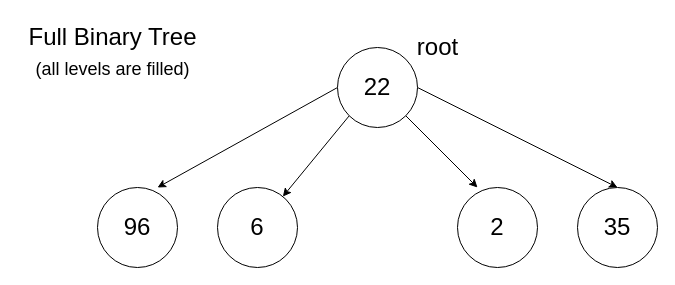
This is Binary_Trees-Python/diagrams/fullbinarytree.drawio from BradleyGilden/DSA-Practice, a draw.io file, before an edit. Source tidied: cells renumbered, new cells numbered last; positions are measured from the earlier drawing's top-left corner, leaving out a move shared by most shapes. Both pictures are drawn from the tidied source at 100%, with x=0, y=0 at pixel (17, 17).
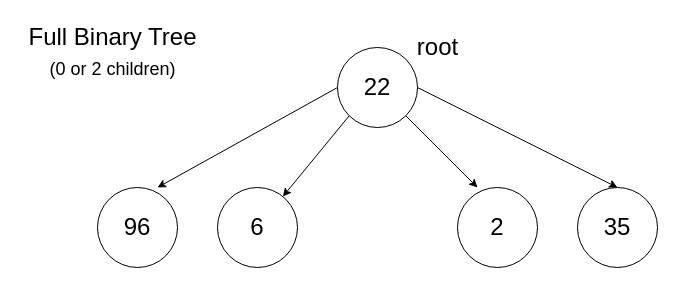
After the change.

Change to the diagram source:
```diff
@@
 <mxGraphModel>
   <root>
     <mxCell id="0" />
     <mxCell id="1" parent="0" />
     <mxCell id="2" style="edgeStyle=none;html=1;exitX=0;exitY=1;exitDx=0;exitDy=0;fontSize=24;" parent="1" edge="1" source="6" target="8">
       <mxGeometry relative="1" as="geometry" />
     </mxCell>
     <mxCell id="3" style="edgeStyle=none;html=1;exitX=0;exitY=0.5;exitDx=0;exitDy=0;entryX=0.75;entryY=0;entryDx=0;entryDy=0;entryPerimeter=0;fontSize=24;" parent="1" edge="1" source="6" target="7">
       <mxGeometry relative="1" as="geometry" />
     </mxCell>
     <mxCell id="4" style="edgeStyle=none;html=1;exitX=1;exitY=1;exitDx=0;exitDy=0;entryX=0.25;entryY=0;entryDx=0;entryDy=0;entryPerimeter=0;fontSize=24;" parent="1" edge="1" source="6" target="9">
       <mxGeometry relative="1" as="geometry" />
     </mxCell>
     <mxCell id="5" style="edgeStyle=none;html=1;exitX=1;exitY=0.5;exitDx=0;exitDy=0;entryX=0.5;entryY=0;entryDx=0;entryDy=0;fontSize=24;" parent="1" edge="1" source="6" target="10">
       <mxGeometry relative="1" as="geometry" />
     </mxCell>
     <mxCell id="6" value="&lt;font style=&quot;font-size: 24px;&quot;&gt;22&lt;/font&gt;" style="ellipse;whiteSpace=wrap;html=1;" parent="1" vertex="1">
       <mxGeometry x="320" y="30" width="80" height="80" as="geometry" />
     </mxCell>
     <mxCell id="7" value="&lt;font style=&quot;font-size: 24px;&quot;&gt;96&lt;/font&gt;" style="ellipse;whiteSpace=wrap;html=1;" parent="1" vertex="1">
       <mxGeometry x="80" y="170" width="80" height="80" as="geometry" />
     </mxCell>
     <mxCell id="8" value="&lt;span style=&quot;font-size: 24px;&quot;&gt;6&lt;/span&gt;" style="ellipse;whiteSpace=wrap;html=1;" parent="1" vertex="1">
       <mxGeometry x="200" y="170" width="80" height="80" as="geometry" />
     </mxCell>
     <mxCell id="9" value="&lt;font style=&quot;font-size: 24px;&quot;&gt;2&lt;/font&gt;" style="ellipse;whiteSpace=wrap;html=1;" parent="1" vertex="1">
       <mxGeometry x="440" y="170" width="80" height="80" as="geometry" />
     </mxCell>
     <mxCell id="10" value="&lt;font style=&quot;font-size: 24px;&quot;&gt;35&lt;/font&gt;" style="ellipse;whiteSpace=wrap;html=1;" parent="1" vertex="1">
       <mxGeometry x="560" y="170" width="80" height="80" as="geometry" />
     </mxCell>
     <mxCell id="11" value="root" style="text;html=1;align=center;verticalAlign=middle;strokeColor=none;fillColor=none;fontSize=24;" parent="1" vertex="1">
       <mxGeometry x="390" y="10" width="60" height="40" as="geometry" />
     </mxCell>
     <mxCell id="12" value="&lt;font style=&quot;font-size: 24px;&quot;&gt;Full Binary Tree&lt;/font&gt;" style="text;html=1;align=center;verticalAlign=middle;strokeColor=none;fillColor=none;" parent="1" vertex="1">
       <mxGeometry width="190" height="40" as="geometry" />
     </mxCell>
-    <mxCell id="13" value="&lt;font style=&quot;font-size: 18px;&quot;&gt;(all levels are filled)&lt;/font&gt;" style="text;html=1;align=center;verticalAlign=middle;strokeColor=none;fillColor=none;fontSize=24;" parent="1" vertex="1">
-      <mxGeometry x="5" y="30" width="180" height="40" as="geometry" />
+    <mxCell id="13" value="&lt;font style=&quot;font-size: 18px;&quot;&gt;(0 or 2 children)&lt;/font&gt;" style="text;html=1;align=center;verticalAlign=middle;strokeColor=none;fillColor=none;fontSize=24;" parent="1" vertex="1">
+      <mxGeometry x="20" y="30" width="150" height="40" as="geometry" />
     </mxCell>
   </root>
 </mxGraphModel>
```
